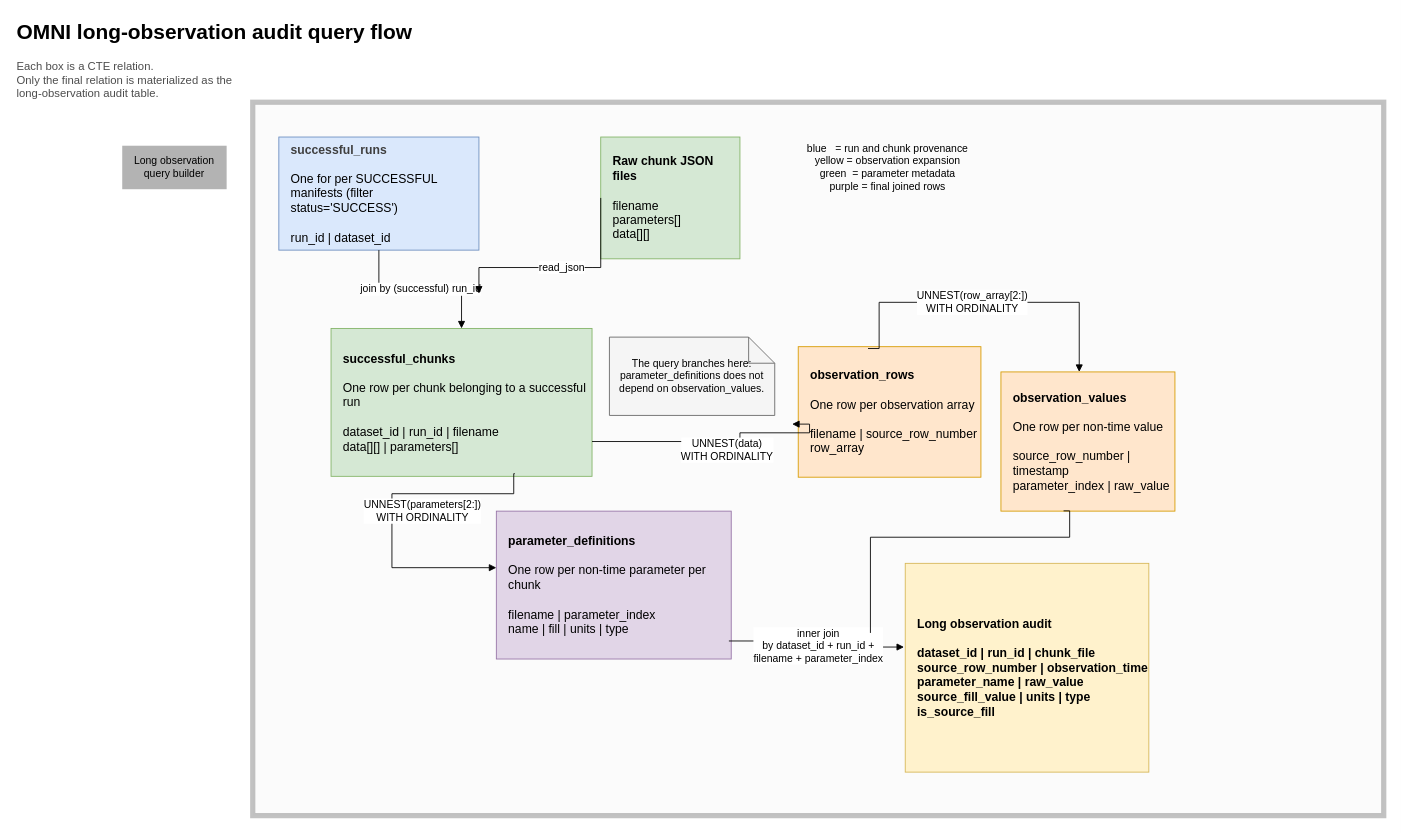
keithzyyy/space-weather-project keeps this draw.io diagram as page "Generic flow" (3 of 8) of specs/omni-preproc.drawio. Above is the earlier version. Source tidied: cells renumbered, new cells numbered last; positions are measured from the earlier drawing's top-left corner, leaving out a move shared by most shapes. Both pictures are drawn from the tidied source at 87%, with x=0, y=0 at pixel (15, 15).
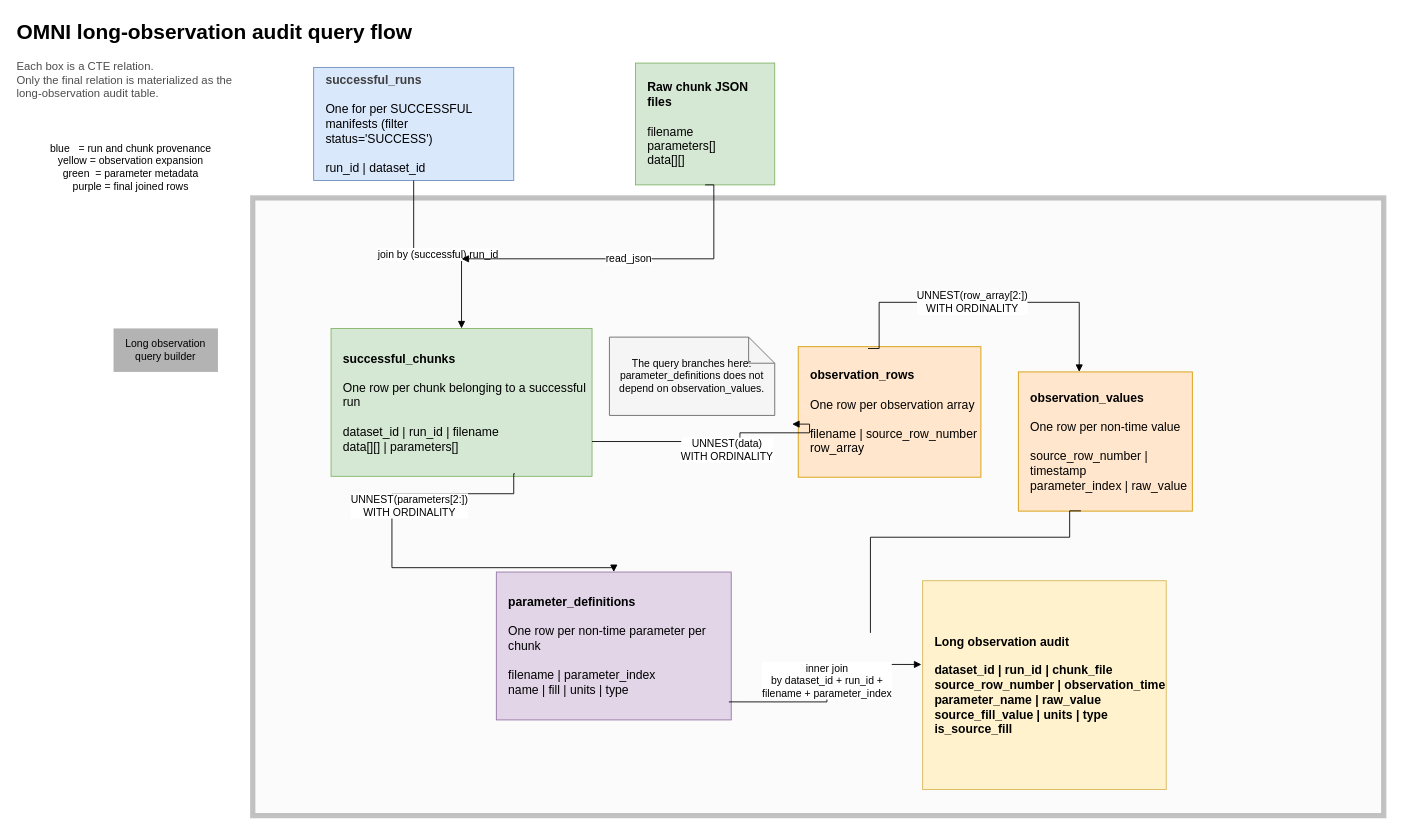
After the change.

Diff of the diagram source:
```diff
@@
     <mxCell id="2" style="rounded=0;whiteSpace=wrap;html=1;opacity=40;strokeWidth=6;fillColor=#f5f5f5;fontColor=#333333;strokeColor=#666666;" parent="1" vertex="1">
-      <mxGeometry x="273" y="100" width="1300" height="820" as="geometry" />
+      <mxGeometry x="273" y="210" width="1300" height="710" as="geometry" />
     </mxCell>
@@
     <mxCell id="5" value="&lt;b&gt;Raw chunk JSON files&lt;/b&gt;&lt;br&gt;&lt;br&gt;filename&lt;br&gt;parameters[]&lt;br&gt;data[][]" style="rounded=0;whiteSpace=wrap;html=1;fillColor=#D5E8D4;strokeColor=#82B366;align=left;spacingLeft=12;fontSize=14;" parent="1" vertex="1">
-      <mxGeometry x="673" y="140" width="160" height="140" as="geometry" />
+      <mxGeometry x="713" y="55" width="160" height="140" as="geometry" />
     </mxCell>
     <mxCell id="6" value="&lt;b style=&quot;color: rgb(63, 63, 63); scrollbar-color: rgb(226, 226, 226) rgb(251, 251, 251);&quot;&gt;successful_runs&lt;/b&gt;&lt;br style=&quot;color: rgb(63, 63, 63); scrollbar-color: rgb(226, 226, 226) rgb(251, 251, 251);&quot;&gt;&lt;br style=&quot;color: rgb(63, 63, 63); scrollbar-color: rgb(226, 226, 226) rgb(251, 251, 251);&quot;&gt;&lt;span style=&quot;color: rgb(0, 0, 0);&quot;&gt;One for per SUCCESSFUL manifests (filter status='SUCCESS')&lt;/span&gt;&lt;br style=&quot;color: rgb(63, 63, 63); scrollbar-color: rgb(226, 226, 226) rgb(251, 251, 251);&quot;&gt;&lt;br style=&quot;color: rgb(63, 63, 63); scrollbar-color: rgb(226, 226, 226) rgb(251, 251, 251);&quot;&gt;&lt;span style=&quot;color: rgb(0, 0, 0);&quot;&gt;run_id | dataset_id&lt;/span&gt;" style="rounded=0;whiteSpace=wrap;html=1;fillColor=#DAE8FC;strokeColor=#6C8EBF;align=left;spacingLeft=12;fontSize=14;" parent="1" vertex="1">
-      <mxGeometry x="303" y="140" width="230" height="130" as="geometry" />
+      <mxGeometry x="343" y="60" width="230" height="130" as="geometry" />
     </mxCell>
@@
     <mxCell id="9" value="&lt;b&gt;observation_values&lt;/b&gt;&lt;br&gt;&lt;br&gt;One row per non-time value&lt;br&gt;&lt;br&gt;source_row_number | timestamp&lt;br&gt;parameter_index | raw_value" style="rounded=0;whiteSpace=wrap;html=1;fillColor=#FFE6CC;strokeColor=#D79B00;align=left;spacingLeft=12;fontSize=14;" parent="1" vertex="1">
-      <mxGeometry x="1133" y="410" width="200" height="160" as="geometry" />
+      <mxGeometry x="1153" y="410" width="200" height="160" as="geometry" />
     </mxCell>
     <mxCell id="10" value="&lt;b&gt;parameter_definitions&lt;/b&gt;&lt;br&gt;&lt;br&gt;One row per non-time parameter per chunk&lt;br&gt;&lt;br&gt;filename | parameter_index&lt;br&gt;name | fill | units | type" style="rounded=0;whiteSpace=wrap;html=1;fillColor=#E1D5E7;strokeColor=#9673A6;align=left;spacingLeft=12;fontSize=14;" parent="1" vertex="1">
-      <mxGeometry x="553" y="570" width="270" height="170" as="geometry" />
+      <mxGeometry x="553" y="640" width="270" height="170" as="geometry" />
     </mxCell>
     <mxCell id="11" value="&lt;b&gt;Long observation audit&lt;/b&gt;&lt;br&gt;&lt;br&gt;dataset_id | run_id | chunk_file&lt;br&gt;source_row_number | observation_time&lt;br&gt;parameter_name | raw_value&lt;br&gt;source_fill_value | units | type&lt;br&gt;is_source_fill" style="rounded=0;whiteSpace=wrap;html=1;fillColor=#FFF2CC;strokeColor=#D6B656;align=left;spacingLeft=12;fontSize=14;fontStyle=1;" parent="1" vertex="1">
-      <mxGeometry x="1023" y="630" width="280" height="240" as="geometry" />
+      <mxGeometry x="1043" y="650" width="280" height="240" as="geometry" />
     </mxCell>
@@
-    <mxCell id="13" value="read_json" style="edgeStyle=orthogonalEdgeStyle;rounded=0;jettySize=auto;html=1;endArrow=block;endFill=1;fontSize=12;exitX=0;exitY=0.5;exitDx=0;exitDy=0;" parent="1" edge="1" source="5">
+    <mxCell id="13" value="read_json" style="edgeStyle=orthogonalEdgeStyle;rounded=0;jettySize=auto;html=1;endArrow=block;endFill=1;fontSize=12;exitX=0.5;exitY=1;exitDx=0;exitDy=0;" parent="1" edge="1" source="5">
       <mxGeometry relative="1" as="geometry">
-        <mxPoint x="533" y="320" as="targetPoint" />
+        <mxPoint x="513" y="280" as="targetPoint" />
         <Array as="points">
-          <mxPoint x="663" y="290" />
-          <mxPoint x="583" y="290" />
+          <mxPoint x="803" y="280" />
         </Array>
       </mxGeometry>
     </mxCell>
@@
     <mxCell id="20" value="&lt;div&gt;&lt;font color=&quot;#000000&quot;&gt;blue&amp;nbsp; &amp;nbsp;= run and chunk provenance&lt;/font&gt;&lt;/div&gt;&lt;div&gt;&lt;font color=&quot;#000000&quot;&gt;yellow = observation expansion&lt;/font&gt;&lt;/div&gt;&lt;div&gt;&lt;font color=&quot;#000000&quot;&gt;green&amp;nbsp; = parameter metadata&lt;/font&gt;&lt;/div&gt;&lt;div&gt;&lt;font color=&quot;#000000&quot;&gt;purple = final joined rows&lt;/font&gt;&lt;/div&gt;" style="text;strokeColor=none;align=center;fillColor=none;html=1;verticalAlign=middle;whiteSpace=wrap;rounded=0;" parent="1" vertex="1">
-      <mxGeometry x="903" y="110" width="200" height="130" as="geometry" />
+      <mxGeometry x="33" y="110" width="200" height="130" as="geometry" />
     </mxCell>
     <mxCell id="21" value="&lt;div&gt;&lt;font color=&quot;#000000&quot;&gt;Long observation&lt;/font&gt;&lt;/div&gt;&lt;div&gt;&lt;font color=&quot;#000000&quot;&gt;query builder&lt;/font&gt;&lt;/div&gt;" style="text;strokeColor=none;align=center;fillColor=#B3B3B3;html=1;verticalAlign=middle;whiteSpace=wrap;rounded=0;" parent="1" vertex="1">
-      <mxGeometry x="123" y="150" width="120" height="50" as="geometry" />
+      <mxGeometry x="113" y="360" width="120" height="50" as="geometry" />
     </mxCell>
```
